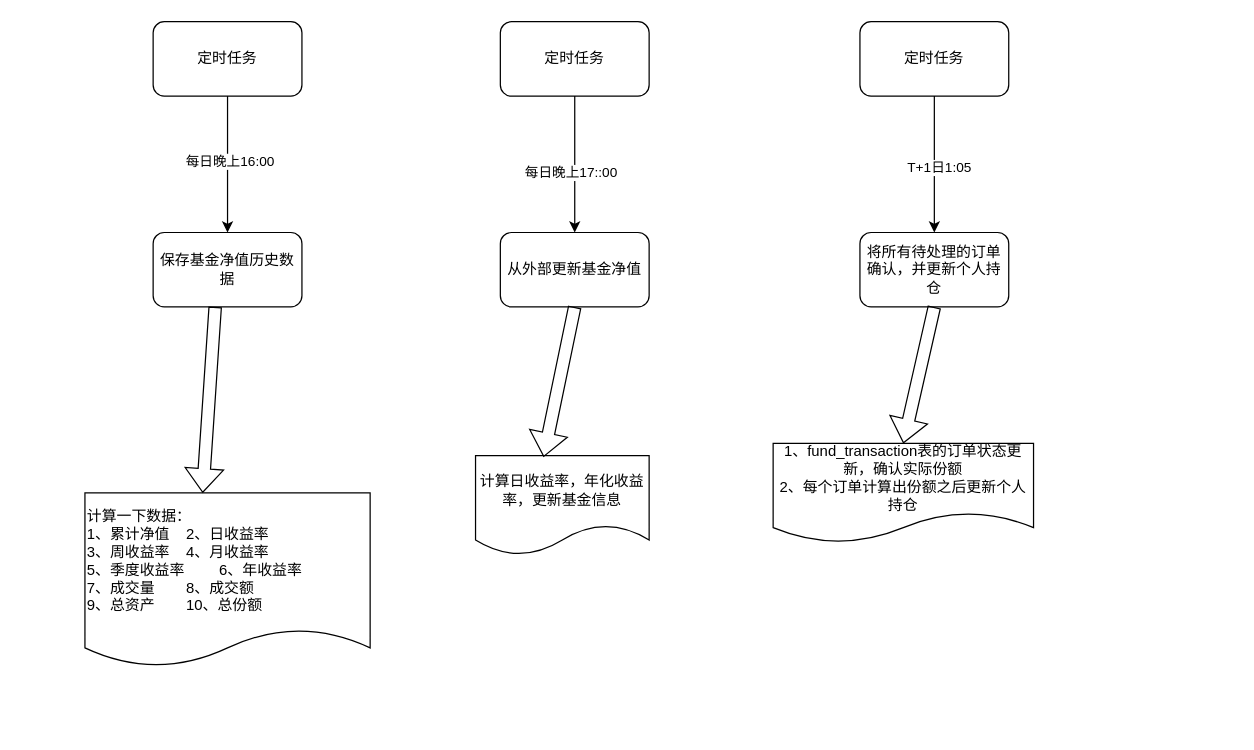
Above: page "基金每日更新流程" (1 of 2) of fund-platform/fund-platform.drawio in xiaomingcong/my-draw-io-chart (draw.io), before the change. Source tidied: cells renumbered, new cells numbered last; positions are measured from the earlier drawing's top-left corner, leaving out a move shared by most shapes. Both pictures are drawn from the tidied source at 124%, with x=0, y=0 at pixel (84, 21).
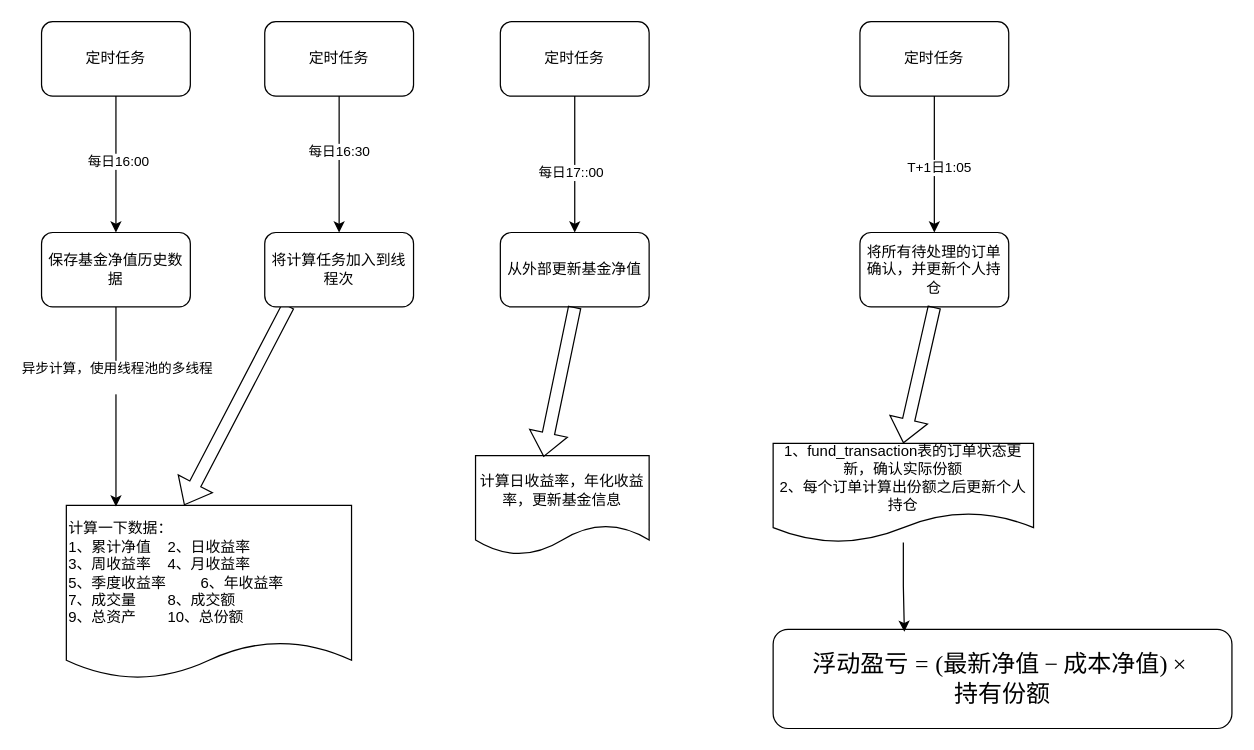
The same diagram, later.

The change refers to these unchanged cells:
```xml
<mxCell id="2" style="edgeStyle=orthogonalEdgeStyle;rounded=0;jettySize=auto;html=1;entryX=0.5;entryY=0;entryDx=0;entryDy=0;" parent="1" edge="1" source="4" target="6">
  <mxGeometry relative="1" as="geometry" />
</mxCell>
<mxCell id="12" style="edgeStyle=orthogonalEdgeStyle;rounded=0;jettySize=auto;html=1;entryX=0.5;entryY=0;entryDx=0;entryDy=0;" parent="1" edge="1" source="11" target="5">
  <mxGeometry relative="1" as="geometry" />
</mxCell>
<mxCell id="18" value="1、fund_transaction表的订单状态更新，确认实际份额&lt;div&gt;2、每个订单计算出份额之后更新个人持仓&lt;/div&gt;" style="shape=document;whiteSpace=wrap;html=1;boundedLbl=1;" parent="1" vertex="1">
  <mxGeometry x="555" y="340" width="210" height="80" as="geometry" />
</mxCell>
```

What changed in the source:
```diff
@@
-    <mxCell id="3" value="每日晚上16:00" style="edgeLabel;html=1;align=center;verticalAlign=middle;" parent="2" vertex="1">
+    <mxCell id="3" value="每日16:00" style="edgeLabel;html=1;align=center;verticalAlign=middle;" parent="2" vertex="1">
       <mxGeometry x="-0.05" y="1" relative="1" as="geometry" />
     </mxCell>
     <mxCell id="4" value="定时任务" style="rounded=1;whiteSpace=wrap;html=1;" parent="1" vertex="1">
-      <mxGeometry x="55" width="120" height="60" as="geometry" />
+      <mxGeometry x="-35" width="120" height="60" as="geometry" />
     </mxCell>
@@
     <mxCell id="6" value="保存基金净值历史数据" style="rounded=1;whiteSpace=wrap;html=1;" parent="1" vertex="1">
-      <mxGeometry x="55" y="170" width="120" height="60" as="geometry" />
+      <mxGeometry x="-35" y="170" width="120" height="60" as="geometry" />
     </mxCell>
     <mxCell id="7" value="计算一下数据：&lt;div&gt;1、累计净值&amp;nbsp;&lt;span style=&quot;white-space: pre;&quot;&gt;&#9;&lt;/span&gt;&lt;span style=&quot;background-color: transparent; color: light-dark(rgb(0, 0, 0), rgb(255, 255, 255));&quot;&gt;2、日收益率&lt;/span&gt;&lt;/div&gt;&lt;div&gt;3、周收益率&lt;span style=&quot;white-space: pre;&quot;&gt;&#9;&lt;/span&gt;&lt;span style=&quot;background-color: transparent; color: light-dark(rgb(0, 0, 0), rgb(255, 255, 255));&quot;&gt;4、月收益率&lt;/span&gt;&lt;/div&gt;&lt;div&gt;5、季度收益率&lt;span style=&quot;white-space: pre;&quot;&gt;&#9;&lt;/span&gt;&lt;span style=&quot;background-color: transparent; color: light-dark(rgb(0, 0, 0), rgb(255, 255, 255));&quot;&gt;6、年收益率&lt;/span&gt;&lt;/div&gt;&lt;div&gt;7、成交量&lt;span style=&quot;white-space: pre;&quot;&gt;&#9;&lt;/span&gt;&lt;span style=&quot;background-color: transparent; color: light-dark(rgb(0, 0, 0), rgb(255, 255, 255));&quot;&gt;8、成交额&lt;/span&gt;&lt;/div&gt;&lt;div style=&quot;&quot;&gt;9、总资产&lt;span style=&quot;white-space: pre;&quot;&gt;&#9;&lt;/span&gt;&lt;span style=&quot;background-color: transparent; color: light-dark(rgb(0, 0, 0), rgb(255, 255, 255));&quot;&gt;10、总份额&lt;/span&gt;&lt;/div&gt;" style="shape=document;whiteSpace=wrap;html=1;boundedLbl=1;align=left;size=0.21428571428571427;" parent="1" vertex="1">
-      <mxGeometry y="380" width="230" height="140" as="geometry" />
+      <mxGeometry x="-15" y="390" width="230" height="140" as="geometry" />
     </mxCell>
@@
-    <mxCell id="10" style="shape=flexArrow;endArrow=classic;html=1;rounded=0;entryX=0.413;entryY=0;entryDx=0;entryDy=0;entryPerimeter=0;exitX=0.417;exitY=1;exitDx=0;exitDy=0;exitPerimeter=0;" parent="1" edge="1" source="6" target="7">
+    <mxCell id="10" style="shape=flexArrow;endArrow=classic;html=1;rounded=0;entryX=0.413;entryY=0;entryDx=0;entryDy=0;entryPerimeter=0;exitX=0.158;exitY=0.983;exitDx=0;exitDy=0;exitPerimeter=0;" parent="1" edge="1" source="23" target="7">
       <mxGeometry relative="1" as="geometry" />
     </mxCell>
@@
-    <mxCell id="13" value="每日晚上17::00" style="edgeLabel;html=1;align=center;verticalAlign=middle;" parent="12" vertex="1">
+    <mxCell id="13" value="每日17::00" style="edgeLabel;html=1;align=center;verticalAlign=middle;" parent="12" vertex="1">
       <mxGeometry x="0.1" y="-4" relative="1" as="geometry" />
     </mxCell>
@@
+    <mxCell id="20" style="edgeStyle=orthogonalEdgeStyle;rounded=0;jettySize=auto;html=1;entryX=0.5;entryY=0;entryDx=0;entryDy=0;" parent="1" edge="1" source="22" target="23">
+      <mxGeometry relative="1" as="geometry" />
+    </mxCell>
+    <mxCell id="21" value="每日16:30" style="edgeLabel;html=1;align=center;verticalAlign=middle;" parent="20" vertex="1">
+      <mxGeometry x="-0.2" y="-1" relative="1" as="geometry" />
+    </mxCell>
+    <mxCell id="22" value="定时任务" style="rounded=1;whiteSpace=wrap;html=1;" parent="1" vertex="1">
+      <mxGeometry x="145" width="120" height="60" as="geometry" />
+    </mxCell>
+    <mxCell id="23" value="将计算任务加入到线程次" style="rounded=1;whiteSpace=wrap;html=1;" parent="1" vertex="1">
+      <mxGeometry x="145" y="170" width="120" height="60" as="geometry" />
+    </mxCell>
+    <mxCell id="24" style="edgeStyle=orthogonalEdgeStyle;rounded=0;jettySize=auto;html=1;entryX=0.174;entryY=0.007;entryDx=0;entryDy=0;entryPerimeter=0;" parent="1" edge="1" source="6" target="7">
+      <mxGeometry relative="1" as="geometry" />
+    </mxCell>
+    <mxCell id="25" value="异步计算，使用线程池的多线程&lt;div&gt;&lt;br&gt;&lt;/div&gt;" style="edgeLabel;html=1;align=center;verticalAlign=middle;" parent="24" vertex="1">
+      <mxGeometry x="-0.3" relative="1" as="geometry" />
+    </mxCell>
+    <mxCell id="26" value="&lt;font style=&quot;color: rgb(0, 0, 0); background-color: rgb(255, 255, 255);&quot;&gt;&lt;span style=&quot;border-color: currentcolor; text-wrap-mode: nowrap; width: min-content; position: relative; display: inline-block; font-family: KaTeX_Main, &amp;quot;Times New Roman&amp;quot;, serif; font-size: 19.3624px;&quot; class=&quot;base&quot;&gt;&lt;span style=&quot;border-color: currentcolor;&quot; class=&quot;mord text&quot;&gt;&lt;span style=&quot;border-color: currentcolor; font-family: serif !important;&quot; class=&quot;mord cjk_fallback&quot;&gt;浮动盈亏&lt;/span&gt;&lt;/span&gt;&lt;span style=&quot;border-color: currentcolor; display: inline-block; margin-right: 0.2778em;&quot; class=&quot;mspace&quot;&gt;&lt;/span&gt;&lt;span style=&quot;border-color: currentcolor;&quot; class=&quot;mrel&quot;&gt;=&lt;/span&gt;&lt;span style=&quot;border-color: currentcolor; display: inline-block; margin-right: 0.2778em;&quot; class=&quot;mspace&quot;&gt;&lt;/span&gt;&lt;/span&gt;&lt;span style=&quot;border-color: currentcolor; text-wrap-mode: nowrap; width: min-content; position: relative; display: inline-block; font-family: KaTeX_Main, &amp;quot;Times New Roman&amp;quot;, serif; font-size: 19.3624px;&quot; class=&quot;base&quot;&gt;&lt;span style=&quot;border-color: currentcolor; display: inline-block; height: 1em; vertical-align: -0.25em;&quot; class=&quot;strut&quot;&gt;&lt;/span&gt;&lt;span style=&quot;border-color: currentcolor;&quot; class=&quot;mopen&quot;&gt;(&lt;/span&gt;&lt;span style=&quot;border-color: currentcolor;&quot; class=&quot;mord text&quot;&gt;&lt;span style=&quot;border-color: currentcolor; font-family: serif !important;&quot; class=&quot;mord cjk_fallback&quot;&gt;最新净值&lt;/span&gt;&lt;/span&gt;&lt;span style=&quot;border-color: currentcolor; display: inline-block; margin-right: 0.2222em;&quot; class=&quot;mspace&quot;&gt;&lt;/span&gt;&lt;span style=&quot;border-color: currentcolor;&quot; class=&quot;mbin&quot;&gt;−&lt;/span&gt;&lt;span style=&quot;border-color: currentcolor; display: inline-block; margin-right: 0.2222em;&quot; class=&quot;mspace&quot;&gt;&lt;/span&gt;&lt;/span&gt;&lt;span style=&quot;border-color: currentcolor; text-wrap-mode: nowrap; width: min-content; position: relative; display: inline-block; font-family: KaTeX_Main, &amp;quot;Times New Roman&amp;quot;, serif; font-size: 19.3624px;&quot; class=&quot;base&quot;&gt;&lt;span style=&quot;border-color: currentcolor; display: inline-block; height: 1em; vertical-align: -0.25em;&quot; class=&quot;strut&quot;&gt;&lt;/span&gt;&lt;span style=&quot;border-color: currentcolor;&quot; class=&quot;mord text&quot;&gt;&lt;span style=&quot;border-color: currentcolor; font-family: serif !important;&quot; class=&quot;mord cjk_fallback&quot;&gt;成本净值&lt;/span&gt;&lt;/span&gt;&lt;span style=&quot;border-color: currentcolor;&quot; class=&quot;mclose&quot;&gt;)&lt;/span&gt;&lt;span style=&quot;border-color: currentcolor; display: inline-block; margin-right: 0.2222em;&quot; class=&quot;mspace&quot;&gt;&lt;/span&gt;&lt;span style=&quot;border-color: currentcolor;&quot; class=&quot;mbin&quot;&gt;×&lt;/span&gt;&lt;span style=&quot;border-color: currentcolor; display: inline-block; margin-right: 0.2222em;&quot; class=&quot;mspace&quot;&gt;&lt;/span&gt;&lt;/span&gt;&lt;span style=&quot;border-color: currentcolor; text-wrap-mode: nowrap; width: min-content; position: relative; display: inline-block; font-family: KaTeX_Main, &amp;quot;Times New Roman&amp;quot;, serif; font-size: 19.3624px;&quot; class=&quot;base&quot;&gt;&lt;span style=&quot;border-color: currentcolor; display: inline-block; height: 0.6833em;&quot; class=&quot;strut&quot;&gt;&lt;/span&gt;&lt;span style=&quot;border-color: currentcolor;&quot; class=&quot;mord text&quot;&gt;&lt;span style=&quot;border-color: currentcolor; font-family: serif !important;&quot; class=&quot;mord cjk_fallback&quot;&gt;持有份额&lt;/span&gt;&lt;/span&gt;&lt;/span&gt;&lt;/font&gt;" style="rounded=1;whiteSpace=wrap;html=1;" parent="1" vertex="1">
+      <mxGeometry x="555" y="490" width="370" height="80" as="geometry" />
+    </mxCell>
+    <mxCell id="27" style="edgeStyle=orthogonalEdgeStyle;rounded=0;jettySize=auto;html=1;entryX=0.286;entryY=0.025;entryDx=0;entryDy=0;entryPerimeter=0;" parent="1" edge="1" source="18" target="26">
+      <mxGeometry relative="1" as="geometry" />
+    </mxCell>
```
